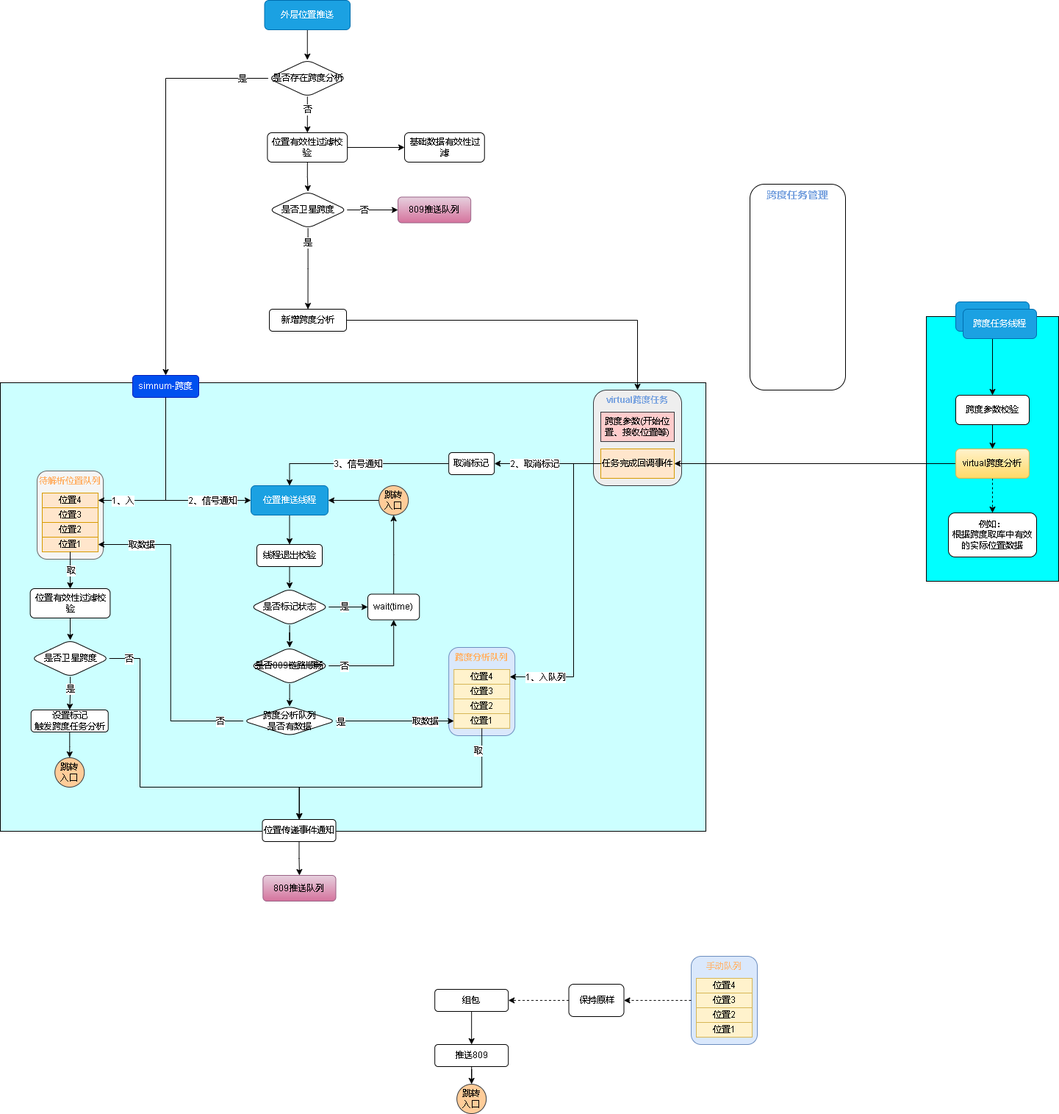
Earlier version of the draw.io export 809数据跨度.drawio.png (xktder/draw). Source tidied: cells renumbered, new cells last; positions are measured from the earlier drawing's top-left corner, leaving out a move shared by most shapes.
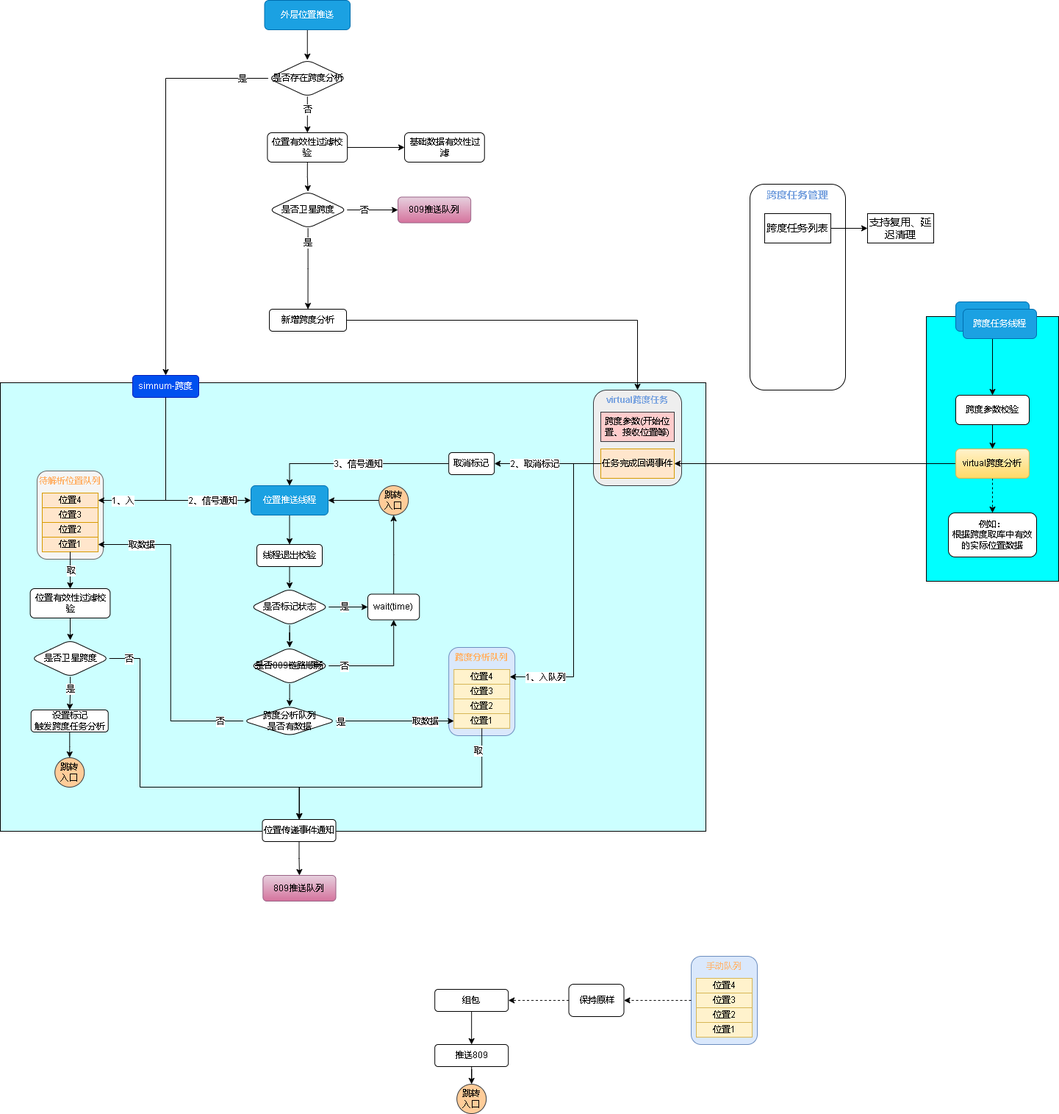
The same diagram one commit later.

Commit message:
更新809数据跨度.drawio.png

Change to the diagram source:
```diff
@@ -394,5 +394,14 @@
     <mxCell id="114" value="&lt;font color=&quot;#7ea6e0&quot; style=&quot;font-size: 14px;&quot;&gt;&lt;b&gt;跨度任务管理&lt;/b&gt;&lt;/font&gt;" style="rounded=1;whiteSpace=wrap;html=1;verticalAlign=top;" parent="1" vertex="1">
       <mxGeometry x="1020" y="250" width="130" height="280" as="geometry" />
     </mxCell>
+    <mxCell id="115" style="edgeStyle=orthogonalEdgeStyle;rounded=0;jettySize=auto;html=1;fontSize=14;fontColor=#000000;entryX=0;entryY=0.5;entryDx=0;entryDy=0;" parent="1" edge="1" source="116" target="117">
+      <mxGeometry relative="1" as="geometry" />
+    </mxCell>
+    <mxCell id="116" value="跨度任务列表" style="rounded=0;whiteSpace=wrap;html=1;fontSize=14;fontColor=#000000;fontStyle=0;" parent="1" vertex="1">
+      <mxGeometry x="1040" y="290" width="90" height="40" as="geometry" />
+    </mxCell>
+    <mxCell id="117" value="支持复用、延迟清理" style="rounded=0;whiteSpace=wrap;html=1;fontSize=14;fontColor=#000000;fontStyle=0;" parent="1" vertex="1">
+      <mxGeometry x="1180" y="290" width="90" height="40" as="geometry" />
+    </mxCell>
   </root>
 </mxGraphModel>
```
